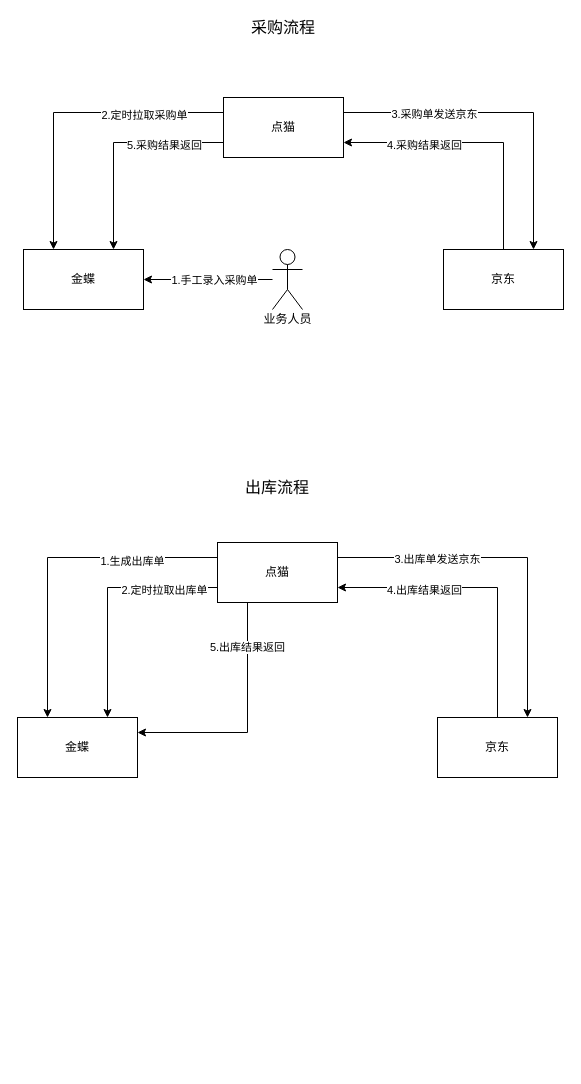
Before: kingdee-jd-business.drawio in yindongjun/drawio-2, a draw.io diagram. Source tidied: cells renumbered, new cells numbered last; positions are measured from the earlier drawing's top-left corner, leaving out a move shared by most shapes. Both pictures are drawn from the tidied source at 100%, with x=0, y=0 at pixel (17, 17).
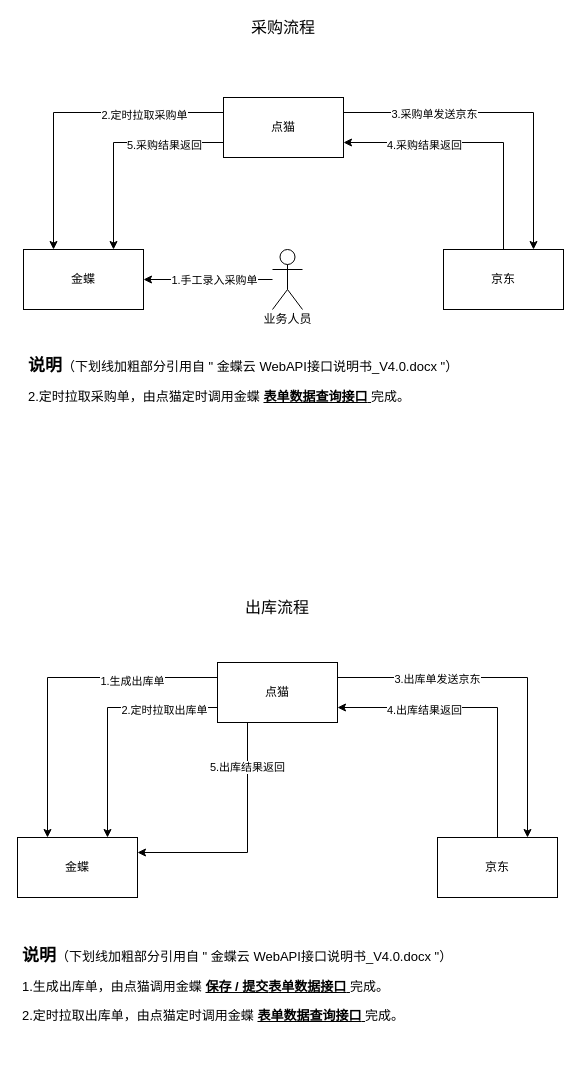
The same page after the edit.

Change to the diagram source:
```diff
@@
     <mxCell id="24" value="点猫" style="rounded=0;whiteSpace=wrap;html=1;" parent="1" vertex="1">
-      <mxGeometry x="200" y="525" width="120" height="60" as="geometry" />
+      <mxGeometry x="200" y="645" width="120" height="60" as="geometry" />
     </mxCell>
     <mxCell id="25" value="金蝶" style="rounded=0;whiteSpace=wrap;html=1;" parent="1" vertex="1">
-      <mxGeometry y="700" width="120" height="60" as="geometry" />
+      <mxGeometry y="820" width="120" height="60" as="geometry" />
     </mxCell>
     <mxCell id="26" style="edgeStyle=orthogonalEdgeStyle;rounded=0;jettySize=auto;html=1;exitX=0.5;exitY=0;exitDx=0;exitDy=0;entryX=1;entryY=0.75;entryDx=0;entryDy=0;" parent="1" edge="1" source="28" target="24">
       <mxGeometry relative="1" as="geometry">
         <Array as="points">
-          <mxPoint x="480" y="570" />
+          <mxPoint x="480" y="690" />
         </Array>
       </mxGeometry>
     </mxCell>
@@
     <mxCell id="28" value="京东" style="rounded=0;whiteSpace=wrap;html=1;" parent="1" vertex="1">
-      <mxGeometry x="420" y="700" width="120" height="60" as="geometry" />
+      <mxGeometry x="420" y="820" width="120" height="60" as="geometry" />
     </mxCell>
@@
     <mxCell id="30" value="出库流程" style="text;html=1;strokeColor=none;fillColor=none;align=center;verticalAlign=middle;whiteSpace=wrap;rounded=0;fontSize=16;" parent="1" vertex="1">
-      <mxGeometry x="222" y="460" width="76" height="20" as="geometry" />
+      <mxGeometry x="222" y="580" width="76" height="20" as="geometry" />
     </mxCell>
@@
+    <mxCell id="32" value="&lt;h1 style=&quot;font-size: 13px&quot;&gt;&lt;font style=&quot;font-size: 17px&quot;&gt;说明&lt;/font&gt;&lt;font style=&quot;font-size: 13px ; font-weight: normal&quot;&gt;（下划线加粗部分引用自 &quot; 金蝶云 WebAPI接口说明书_V4.0.docx &quot;）&lt;/font&gt;&lt;/h1&gt;&lt;p style=&quot;font-size: 13px&quot;&gt;2.定时拉取采购单，由点猫定时调用金蝶 &lt;u&gt;&lt;b&gt;表单数据查询接口&lt;/b&gt; &lt;/u&gt;完成。&lt;/p&gt;&lt;p&gt;&lt;br&gt;&lt;/p&gt;" style="text;html=1;strokeColor=none;fillColor=none;spacing=5;spacingTop=-20;whiteSpace=wrap;overflow=hidden;rounded=0;fontSize=12;" parent="1" vertex="1">
+      <mxGeometry x="6" y="340" width="450" height="120" as="geometry" />
+    </mxCell>
+    <mxCell id="33" value="&lt;h1 style=&quot;font-size: 13px&quot;&gt;&lt;font style=&quot;font-size: 17px&quot;&gt;说明&lt;/font&gt;&lt;font style=&quot;font-size: 13px ; font-weight: normal&quot;&gt;（下划线加粗部分引用自 &quot; 金蝶云 WebAPI接口说明书_V4.0.docx &quot;）&lt;/font&gt;&lt;/h1&gt;&lt;p style=&quot;font-size: 13px&quot;&gt;1.生成出库单，由点猫调用金蝶 &lt;b&gt;&lt;u&gt;保存 / 提交&lt;/u&gt;&lt;/b&gt;&lt;u&gt;&lt;b&gt;表单数据接口&lt;/b&gt;&amp;nbsp;&lt;/u&gt;完成。&lt;br&gt;&lt;/p&gt;&lt;p style=&quot;font-size: 13px&quot;&gt;2.定时拉取出库单，由点猫定时调用金蝶 &lt;u&gt;&lt;b&gt;表单数据查询接口&lt;/b&gt; &lt;/u&gt;完成。&lt;/p&gt;&lt;p&gt;&lt;br&gt;&lt;/p&gt;" style="text;html=1;strokeColor=none;fillColor=none;spacing=5;spacingTop=-20;whiteSpace=wrap;overflow=hidden;rounded=0;fontSize=12;" parent="1" vertex="1">
+      <mxGeometry y="930" width="450" height="120" as="geometry" />
+    </mxCell>
```
